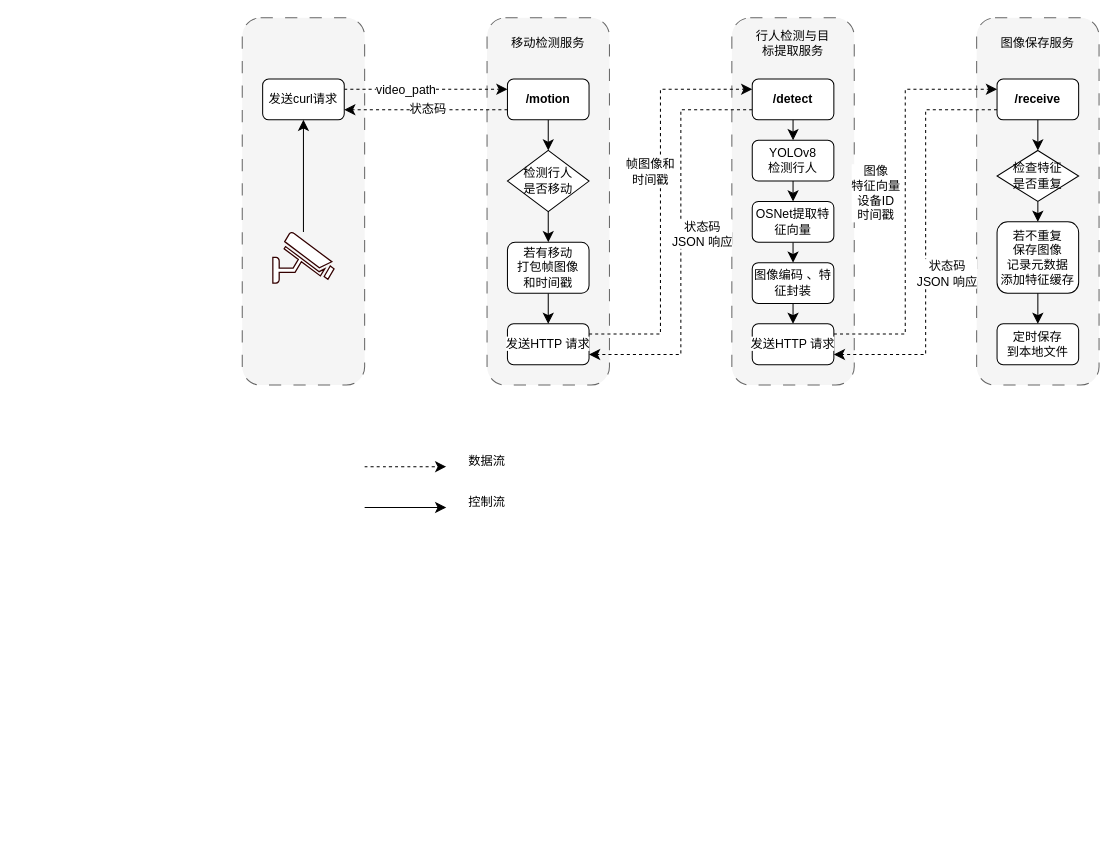
Before: page "系统工作流" (5 of 6) of directory/边缘架构.drawio in lllwwwooo/draw.io, a draw.io diagram. Source tidied: cells renumbered, new cells numbered last; positions are measured from the earlier drawing's top-left corner, leaving out a move shared by most shapes. Both pictures are drawn from the tidied source at 102%, with x=0, y=0 at pixel (242, 17). Pictures stored in the file or linked from it are replaced by grey dashed boxes.
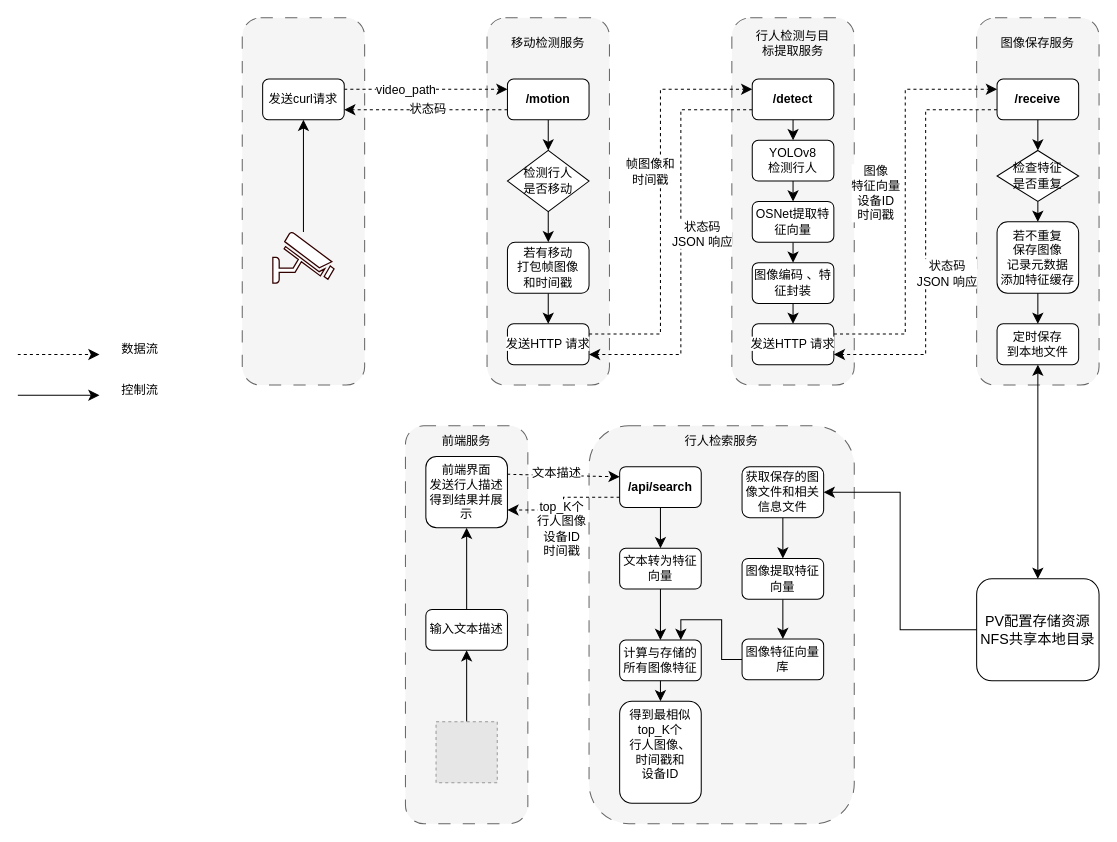
Above is the later version.

The change refers to these unchanged cells:
```xml
<mxCell id="49" value="&lt;span style=&quot;text-wrap-mode: nowrap; background-color: rgb(255, 255, 255);&quot;&gt;定时保存&lt;/span&gt;&lt;div&gt;&lt;span style=&quot;text-wrap-mode: nowrap; background-color: rgb(255, 255, 255);&quot;&gt;到本地文件&lt;/span&gt;&lt;/div&gt;" style="rounded=1;whiteSpace=wrap;html=1;" parent="1" vertex="1">
  <mxGeometry x="740" y="300" width="80" height="40" as="geometry" />
</mxCell>
```

Change to the diagram source:
```diff
@@
+    <mxCell id="51" style="rounded=1;whiteSpace=wrap;html=1;dashed=1;dashPattern=12 12;fillColor=#f5f5f5;fontColor=#333333;strokeColor=#666666;" parent="1" vertex="1">
+      <mxGeometry x="160" y="400" width="120" height="390" as="geometry" />
+    </mxCell>
@@
     <mxCell id="30" style="endArrow=classic;html=1;rounded=0;fontSize=12;startSize=8;endSize=8;curved=1;dashed=1;" parent="1" edge="1">
       <mxGeometry relative="1" as="geometry">
-        <mxPoint x="120" y="440" as="sourcePoint" />
-        <mxPoint x="200" y="440" as="targetPoint" />
+        <mxPoint x="-220" y="330" as="sourcePoint" />
+        <mxPoint x="-140" y="330" as="targetPoint" />
       </mxGeometry>
     </mxCell>
     <mxCell id="31" value="数据流" style="text;html=1;align=center;verticalAlign=middle;whiteSpace=wrap;rounded=0;" parent="1" vertex="1">
-      <mxGeometry x="210" y="420" width="60" height="30" as="geometry" />
+      <mxGeometry x="-130" y="310" width="60" height="30" as="geometry" />
     </mxCell>
     <mxCell id="32" style="endArrow=classic;html=1;rounded=0;fontSize=12;startSize=8;endSize=8;curved=1;" parent="1" edge="1">
       <mxGeometry relative="1" as="geometry">
-        <mxPoint x="120" y="480" as="sourcePoint" />
-        <mxPoint x="200" y="480" as="targetPoint" />
+        <mxPoint x="-220" y="370" as="sourcePoint" />
+        <mxPoint x="-140" y="370" as="targetPoint" />
       </mxGeometry>
     </mxCell>
     <mxCell id="33" value="控制流" style="text;html=1;align=center;verticalAlign=middle;whiteSpace=wrap;rounded=0;" parent="1" vertex="1">
-      <mxGeometry x="210" y="460" width="60" height="30" as="geometry" />
+      <mxGeometry x="-130" y="350" width="60" height="30" as="geometry" />
     </mxCell>
@@
+    <mxCell id="52" style="edgeStyle=none;curved=1;rounded=0;jettySize=auto;html=1;exitX=0.5;exitY=1;exitDx=0;exitDy=0;entryX=0.5;entryY=0;entryDx=0;entryDy=0;fontSize=12;startSize=8;endSize=8;startArrow=classic;startFill=1;" parent="1" edge="1" source="49" target="69">
+      <mxGeometry relative="1" as="geometry" />
+    </mxCell>
@@
+    <mxCell id="53" style="rounded=1;whiteSpace=wrap;html=1;dashed=1;dashPattern=12 12;fillColor=#f5f5f5;fontColor=#333333;strokeColor=#666666;" parent="1" vertex="1">
+      <mxGeometry x="340" y="400" width="260" height="390" as="geometry" />
+    </mxCell>
+    <mxCell id="54" style="edgeStyle=none;curved=1;rounded=0;jettySize=auto;html=1;exitX=0.5;exitY=1;exitDx=0;exitDy=0;fontSize=12;startSize=8;endSize=8;entryX=0.5;entryY=0;entryDx=0;entryDy=0;" parent="1" edge="1" source="57" target="63">
+      <mxGeometry relative="1" as="geometry" />
+    </mxCell>
+    <mxCell id="55" style="edgeStyle=orthogonalEdgeStyle;rounded=0;jettySize=auto;html=1;exitX=0;exitY=0.75;exitDx=0;exitDy=0;entryX=1;entryY=0.75;entryDx=0;entryDy=0;fontSize=12;startSize=8;endSize=8;dashed=1;" parent="1" edge="1" source="57" target="74">
+      <mxGeometry relative="1" as="geometry" />
+    </mxCell>
+    <mxCell id="56" value="top_K个&lt;div&gt;行人图像&lt;div&gt;设备ID&lt;/div&gt;&lt;div&gt;时间戳&lt;/div&gt;&lt;/div&gt;" style="edgeLabel;html=1;align=center;verticalAlign=middle;fontSize=12;" parent="55" vertex="1">
+      <mxGeometry x="0.3" y="3" relative="1" as="geometry">
+        <mxPoint x="10" y="15" as="offset" />
+      </mxGeometry>
+    </mxCell>
+    <mxCell id="57" value="&lt;b&gt;/api/search&lt;/b&gt;" style="rounded=1;whiteSpace=wrap;html=1;" parent="1" vertex="1">
+      <mxGeometry x="370" y="440" width="80" height="40" as="geometry" />
+    </mxCell>
+    <mxCell id="58" value="行人检索服务" style="text;html=1;align=center;verticalAlign=middle;whiteSpace=wrap;rounded=0;" parent="1" vertex="1">
+      <mxGeometry x="430" y="400" width="80" height="30" as="geometry" />
+    </mxCell>
+    <mxCell id="59" style="edgeStyle=none;curved=1;rounded=0;jettySize=auto;html=1;entryX=0.5;entryY=0;entryDx=0;entryDy=0;fontSize=12;startSize=8;endSize=8;" parent="1" edge="1" source="63" target="60">
+      <mxGeometry relative="1" as="geometry" />
+    </mxCell>
+    <mxCell id="60" value="计算与存储的所有图像特征" style="rounded=1;whiteSpace=wrap;html=1;" parent="1" vertex="1">
+      <mxGeometry x="370" y="610" width="80" height="40" as="geometry" />
+    </mxCell>
+    <mxCell id="61" style="edgeStyle=none;curved=1;rounded=0;jettySize=auto;html=1;exitX=0.5;exitY=1;exitDx=0;exitDy=0;entryX=0.5;entryY=0;entryDx=0;entryDy=0;fontSize=12;startSize=8;endSize=8;" parent="1" edge="1" source="60" target="62">
+      <mxGeometry relative="1" as="geometry" />
+    </mxCell>
+    <mxCell id="62" value="&lt;span style=&quot;text-wrap-mode: nowrap; background-color: rgb(255, 255, 255);&quot;&gt;得到最相似&lt;/span&gt;&lt;span style=&quot;color: light-dark(rgb(0, 0, 0), rgb(255, 255, 255)); text-wrap-mode: nowrap; background-color: rgb(255, 255, 255);&quot;&gt;top_&lt;/span&gt;&lt;span style=&quot;color: light-dark(rgb(0, 0, 0), rgb(255, 255, 255)); text-wrap-mode: nowrap; background-color: light-dark(rgb(255, 255, 255), rgb(18, 18, 18));&quot;&gt;K个&lt;/span&gt;&lt;div&gt;&lt;span style=&quot;background-color: light-dark(rgb(255, 255, 255), rgb(18, 18, 18)); text-wrap-mode: nowrap; color: light-dark(rgb(0, 0, 0), rgb(255, 255, 255));&quot;&gt;行人&lt;/span&gt;&lt;span style=&quot;background-color: light-dark(rgb(255, 255, 255), rgb(18, 18, 18)); text-wrap-mode: nowrap; color: light-dark(rgb(0, 0, 0), rgb(255, 255, 255));&quot;&gt;图像、&lt;/span&gt;&lt;/div&gt;&lt;div&gt;&lt;span style=&quot;background-color: light-dark(rgb(255, 255, 255), rgb(18, 18, 18)); text-wrap-mode: nowrap; color: light-dark(rgb(0, 0, 0), rgb(255, 255, 255));&quot;&gt;时间戳和&lt;/span&gt;&lt;/div&gt;&lt;div&gt;&lt;span style=&quot;background-color: light-dark(rgb(255, 255, 255), rgb(18, 18, 18)); text-wrap-mode: nowrap; color: light-dark(rgb(0, 0, 0), rgb(255, 255, 255));&quot;&gt;设备ID&lt;/span&gt;&lt;div&gt;&lt;span style=&quot;text-wrap-mode: nowrap; background-color: rgb(255, 255, 255);&quot;&gt;&lt;br&gt;&lt;/span&gt;&lt;/div&gt;&lt;/div&gt;" style="rounded=1;whiteSpace=wrap;html=1;" parent="1" vertex="1">
+      <mxGeometry x="370" y="670" width="80" height="100" as="geometry" />
+    </mxCell>
+    <mxCell id="63" value="文本转为特征向量" style="rounded=1;whiteSpace=wrap;html=1;" parent="1" vertex="1">
+      <mxGeometry x="370" y="520" width="80" height="40" as="geometry" />
+    </mxCell>
+    <mxCell id="64" style="edgeStyle=none;curved=1;rounded=0;jettySize=auto;html=1;exitX=0.5;exitY=1;exitDx=0;exitDy=0;entryX=0.5;entryY=0;entryDx=0;entryDy=0;fontSize=12;startSize=8;endSize=8;" parent="1" edge="1" source="65" target="71">
+      <mxGeometry relative="1" as="geometry" />
+    </mxCell>
+    <mxCell id="65" value="图像提取特征向量" style="rounded=1;whiteSpace=wrap;html=1;" parent="1" vertex="1">
+      <mxGeometry x="490" y="530" width="80" height="40" as="geometry" />
+    </mxCell>
+    <mxCell id="66" style="edgeStyle=none;curved=1;rounded=0;jettySize=auto;html=1;exitX=0.5;exitY=1;exitDx=0;exitDy=0;entryX=0.5;entryY=0;entryDx=0;entryDy=0;fontSize=12;startSize=8;endSize=8;" parent="1" edge="1" source="67" target="65">
+      <mxGeometry relative="1" as="geometry" />
+    </mxCell>
+    <mxCell id="67" value="获取保存的图像文件和相关信息文件" style="rounded=1;whiteSpace=wrap;html=1;" parent="1" vertex="1">
+      <mxGeometry x="490" y="440" width="80" height="50" as="geometry" />
+    </mxCell>
+    <mxCell id="68" style="edgeStyle=orthogonalEdgeStyle;rounded=0;jettySize=auto;html=1;exitX=0;exitY=0.5;exitDx=0;exitDy=0;entryX=1;entryY=0.5;entryDx=0;entryDy=0;fontSize=12;startSize=8;endSize=8;" parent="1" edge="1" source="69" target="67">
+      <mxGeometry relative="1" as="geometry" />
+    </mxCell>
+    <mxCell id="69" value="&lt;div&gt;&lt;font style=&quot;font-size: 14px;&quot;&gt;PV配置存储资源&lt;/font&gt;&lt;/div&gt;&lt;font style=&quot;font-size: 14px;&quot;&gt;NFS&lt;/font&gt;&lt;span style=&quot;font-size: 14px; background-color: transparent; color: light-dark(rgb(0, 0, 0), rgb(255, 255, 255));&quot;&gt;共享本地目录&lt;/span&gt;" style="rounded=1;whiteSpace=wrap;html=1;" parent="1" vertex="1">
+      <mxGeometry x="720" y="550" width="120" height="100" as="geometry" />
+    </mxCell>
+    <mxCell id="70" style="edgeStyle=orthogonalEdgeStyle;rounded=0;jettySize=auto;html=1;exitX=0;exitY=0.5;exitDx=0;exitDy=0;entryX=0.75;entryY=0;entryDx=0;entryDy=0;fontSize=12;startSize=8;endSize=8;" parent="1" edge="1" source="71" target="60">
+      <mxGeometry relative="1" as="geometry" />
+    </mxCell>
+    <mxCell id="71" value="图像特征向量库" style="rounded=1;whiteSpace=wrap;html=1;" parent="1" vertex="1">
+      <mxGeometry x="490" y="609" width="80" height="40" as="geometry" />
+    </mxCell>
+    <mxCell id="72" style="edgeStyle=none;curved=1;rounded=0;jettySize=auto;html=1;exitX=1;exitY=0.25;exitDx=0;exitDy=0;entryX=0;entryY=0.25;entryDx=0;entryDy=0;fontSize=12;startSize=8;endSize=8;dashed=1;" parent="1" edge="1" source="74" target="57">
+      <mxGeometry relative="1" as="geometry" />
+    </mxCell>
+    <mxCell id="73" value="文本描述" style="edgeLabel;html=1;align=center;verticalAlign=middle;fontSize=12;" parent="72" vertex="1">
+      <mxGeometry x="-0.14" y="2" relative="1" as="geometry" />
+    </mxCell>
+    <mxCell id="74" value="前端界面&lt;div&gt;发送行人描述&lt;/div&gt;&lt;div&gt;得到结果并展示&lt;/div&gt;" style="rounded=1;whiteSpace=wrap;html=1;" parent="1" vertex="1">
+      <mxGeometry x="180" y="430" width="80" height="70" as="geometry" />
+    </mxCell>
+    <mxCell id="75" style="endArrow=classic;html=1;rounded=0;fontSize=12;startSize=8;endSize=8;curved=1;entryX=0.5;entryY=1;entryDx=0;entryDy=0;" parent="1" edge="1" source="78" target="74">
+      <mxGeometry relative="1" as="geometry" />
+    </mxCell>
+    <mxCell id="76" value="前端服务" style="text;html=1;align=center;verticalAlign=middle;whiteSpace=wrap;rounded=0;" parent="1" vertex="1">
+      <mxGeometry x="180" y="400" width="80" height="30" as="geometry" />
+    </mxCell>
+    <mxCell id="77" style="endArrow=classic;html=1;rounded=0;fontSize=12;startSize=8;endSize=8;curved=1;entryX=0.5;entryY=1;entryDx=0;entryDy=0;exitX=0.5;exitY=0;exitDx=0;exitDy=0;" parent="1" edge="1" source="79" target="78">
+      <mxGeometry relative="1" as="geometry" />
+    </mxCell>
+    <mxCell id="78" value="输入文本描述" style="rounded=1;whiteSpace=wrap;html=1;" parent="1" vertex="1">
+      <mxGeometry x="180" y="580" width="80" height="40" as="geometry" />
+    </mxCell>
+    <mxCell id="79" style="fillColor=#E6E6E6;strokeColor=#999999;dashed=1;verticalLabelPosition=bottom;labelBackgroundColor=default;verticalAlign=top;" parent="1" vertex="1">
+      <mxGeometry x="190" y="690" width="60" height="60" as="geometry" />
+    </mxCell>
```
